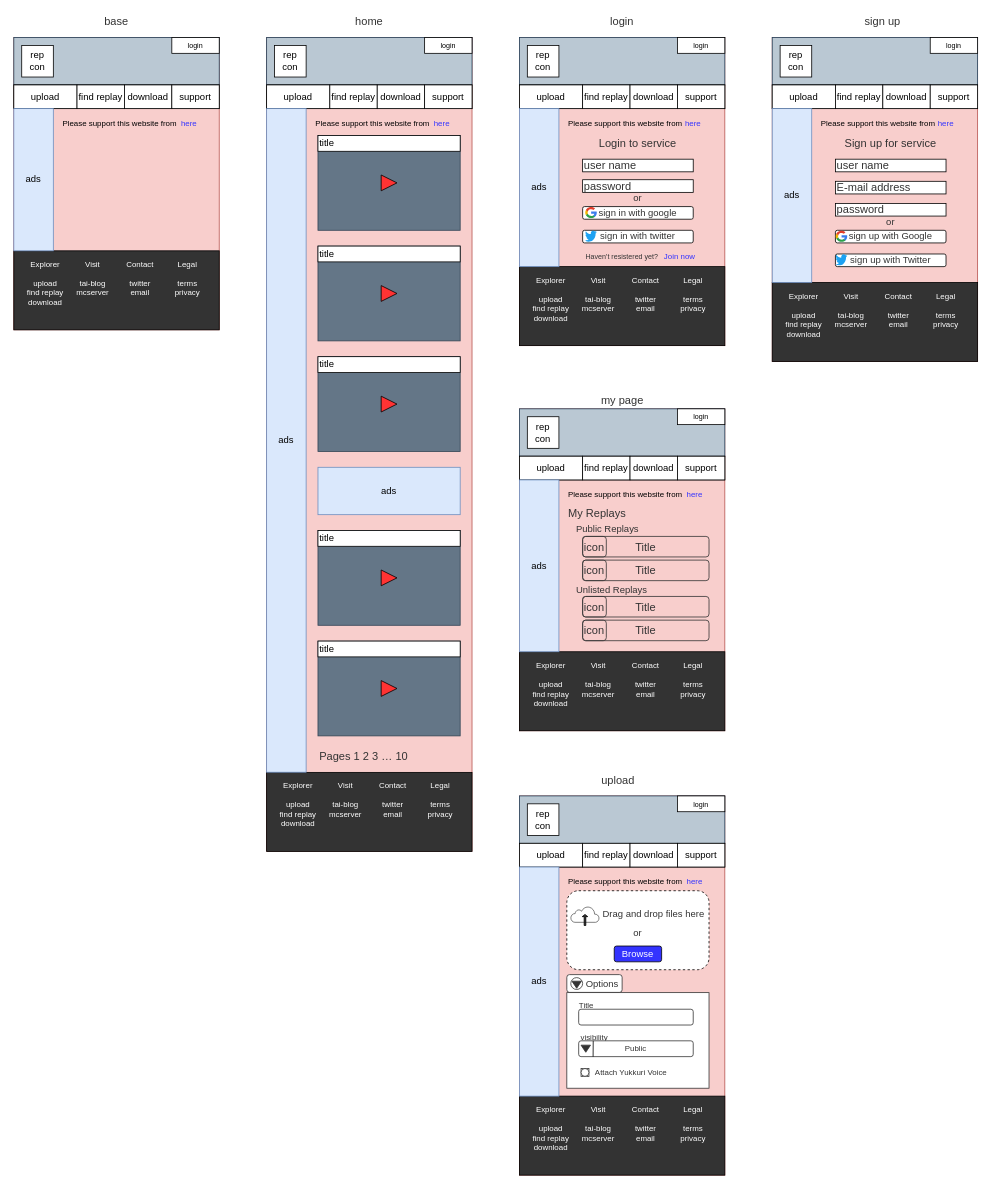
Before: page "Page-2" (2 of 3) of Untitled Diagram.drawio in tforce7171/replay_-to_video, a draw.io diagram. Source tidied: cells renumbered, new cells numbered last; positions are measured from the earlier drawing's top-left corner, leaving out a move shared by most shapes. Both pictures are drawn from the tidied source at 79%, with x=0, y=0 at pixel (13, 13).
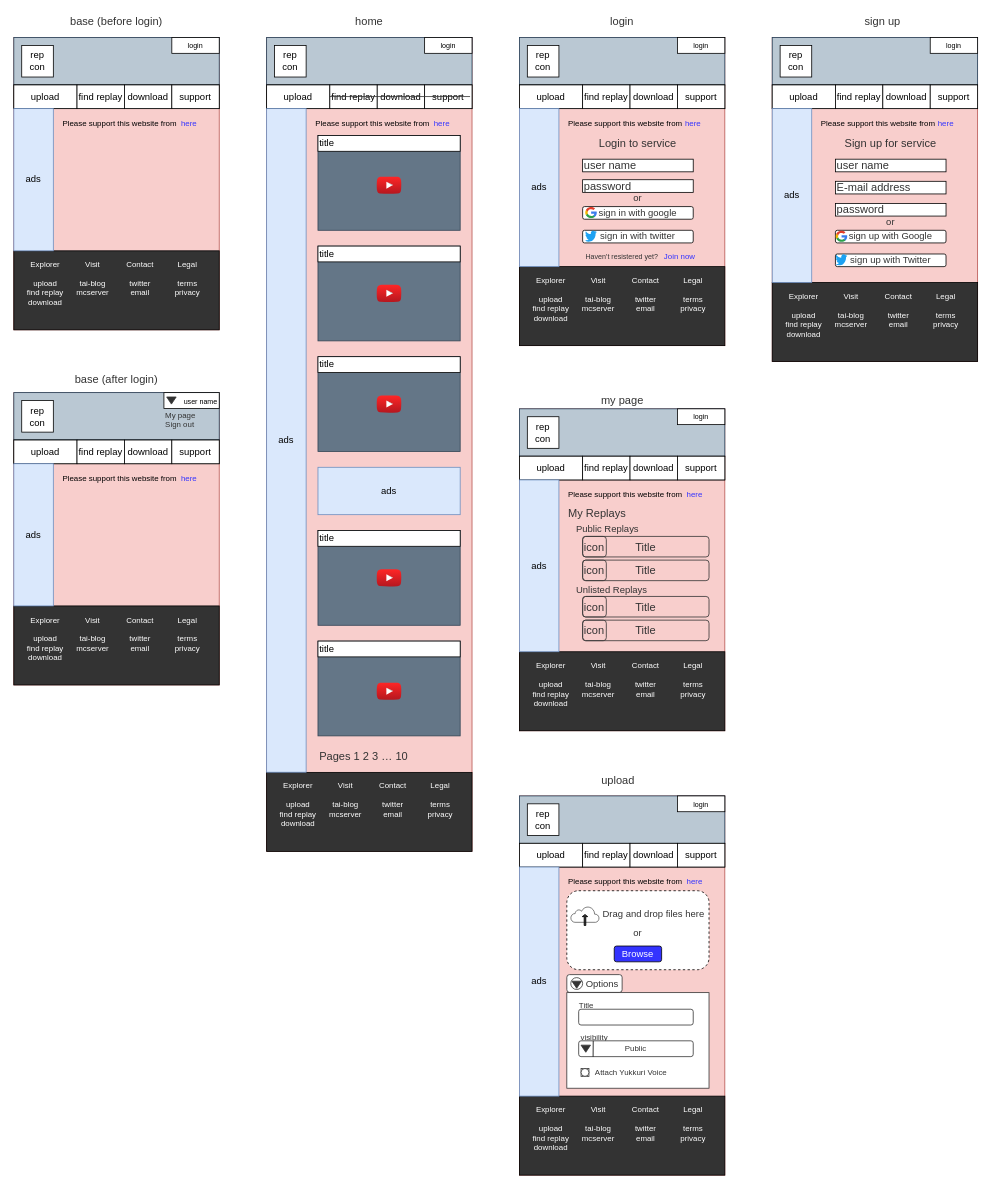
Above is the later version.

Change to the diagram source:
```diff
@@
-    <mxCell id="24" style="triangle;whiteSpace=wrap;html=1;fillColor=#FF3333;" parent="1" vertex="1">
-      <mxGeometry x="465" y="704" width="20" height="20" as="geometry" />
-    </mxCell>
-    <mxCell id="25" style="triangle;whiteSpace=wrap;html=1;fillColor=#FF3333;" parent="1" vertex="1">
-      <mxGeometry x="465" y="484" width="20" height="20" as="geometry" />
-    </mxCell>
-    <mxCell id="26" style="triangle;whiteSpace=wrap;html=1;fillColor=#FF3333;" parent="1" vertex="1">
-      <mxGeometry x="465" y="344" width="20" height="20" as="geometry" />
-    </mxCell>
-    <mxCell id="27" style="triangle;whiteSpace=wrap;html=1;fillColor=#FF3333;" parent="1" vertex="1">
-      <mxGeometry x="465" y="844" width="20" height="20" as="geometry" />
-    </mxCell>
-    <mxCell id="28" style="triangle;whiteSpace=wrap;html=1;fillColor=#FF3333;" parent="1" vertex="1">
-      <mxGeometry x="465" y="204" width="20" height="20" as="geometry" />
-    </mxCell>
@@
-    <mxCell id="53" value="base" style="text;html=1;strokeColor=none;fillColor=none;align=center;verticalAlign=middle;whiteSpace=wrap;rounded=0;fontSize=14;fontColor=#333333;" parent="1" vertex="1">
-      <mxGeometry x="110" width="40" height="20" as="geometry" />
+    <mxCell id="53" value="base (before login)" style="text;html=1;strokeColor=none;fillColor=none;align=center;verticalAlign=middle;whiteSpace=wrap;rounded=0;fontSize=14;fontColor=#333333;" parent="1" vertex="1">
+      <mxGeometry x="65" width="130" height="20" as="geometry" />
     </mxCell>
@@
+    <mxCell id="177" style="dashed=0;html=1;align=center;labelPosition=center;verticalLabelPosition=bottom;verticalAlign=top;shape=mxgraph.weblogos.youtube_2;fillColor=#FF2626;gradientColor=#B5171F;fontSize=14;fontColor=#333333;strokeColor=#333333;" parent="1" vertex="1">
+      <mxGeometry x="459.3" y="206" width="31.3" height="22" as="geometry" />
+    </mxCell>
+    <mxCell id="178" style="dashed=0;html=1;align=center;labelPosition=center;verticalLabelPosition=bottom;verticalAlign=top;shape=mxgraph.weblogos.youtube_2;fillColor=#FF2626;gradientColor=#B5171F;fontSize=14;fontColor=#333333;strokeColor=#333333;" parent="1" vertex="1">
+      <mxGeometry x="459.3" y="343" width="31.3" height="22" as="geometry" />
+    </mxCell>
+    <mxCell id="179" style="dashed=0;html=1;align=center;labelPosition=center;verticalLabelPosition=bottom;verticalAlign=top;shape=mxgraph.weblogos.youtube_2;fillColor=#FF2626;gradientColor=#B5171F;fontSize=14;fontColor=#333333;strokeColor=#333333;" parent="1" vertex="1">
+      <mxGeometry x="459.3" y="483" width="31.3" height="22" as="geometry" />
+    </mxCell>
+    <mxCell id="180" style="dashed=0;html=1;align=center;labelPosition=center;verticalLabelPosition=bottom;verticalAlign=top;shape=mxgraph.weblogos.youtube_2;fillColor=#FF2626;gradientColor=#B5171F;fontSize=14;fontColor=#333333;strokeColor=#333333;" parent="1" vertex="1">
+      <mxGeometry x="459.3" y="703" width="31.3" height="22" as="geometry" />
+    </mxCell>
+    <mxCell id="181" style="dashed=0;html=1;align=center;labelPosition=center;verticalLabelPosition=bottom;verticalAlign=top;shape=mxgraph.weblogos.youtube_2;fillColor=#FF2626;gradientColor=#B5171F;fontSize=14;fontColor=#333333;strokeColor=#333333;" parent="1" vertex="1">
+      <mxGeometry x="459.3" y="846.5" width="31.3" height="22" as="geometry" />
+    </mxCell>
+    <mxCell id="182" style="endArrow=none;html=1;fontSize=14;fontColor=#333333;strokeColor=#333333;" parent="1" edge="1">
+      <mxGeometry relative="1" as="geometry">
+        <mxPoint x="400" y="104.7" as="sourcePoint" />
+        <mxPoint x="577.5" y="104.7" as="targetPoint" />
+      </mxGeometry>
+    </mxCell>
+    <mxCell id="183" style="rounded=0;whiteSpace=wrap;html=1;fillColor=#f8cecc;strokeColor=#b85450;" parent="1" vertex="1">
+      <mxGeometry y="479.5" width="260" height="370" as="geometry" />
+    </mxCell>
+    <mxCell id="184" style="rounded=0;whiteSpace=wrap;html=1;fillColor=#bac8d3;strokeColor=#23445d;" parent="1" vertex="1">
+      <mxGeometry y="479.5" width="260" height="60" as="geometry" />
+    </mxCell>
+    <mxCell id="185" value="&lt;font style=&quot;font-size: 9px&quot;&gt;user name&lt;/font&gt;" style="rounded=0;whiteSpace=wrap;html=1;align=right;" parent="1" vertex="1">
+      <mxGeometry x="190" y="479.5" width="70" height="20" as="geometry" />
+    </mxCell>
+    <mxCell id="186" value="rep&lt;br&gt;con" style="whiteSpace=wrap;html=1;" parent="1" vertex="1">
+      <mxGeometry x="10" y="489.5" width="40" height="40" as="geometry" />
+    </mxCell>
+    <mxCell id="187" style="rounded=0;whiteSpace=wrap;html=1;" parent="1" vertex="1">
+      <mxGeometry y="539.5" width="260" height="30" as="geometry" />
+    </mxCell>
+    <mxCell id="188" value="upload" style="rounded=0;whiteSpace=wrap;html=1;" parent="1" vertex="1">
+      <mxGeometry y="539.5" width="80" height="30" as="geometry" />
+    </mxCell>
+    <mxCell id="189" value="find replay" style="rounded=0;whiteSpace=wrap;html=1;" parent="1" vertex="1">
+      <mxGeometry x="80" y="539.5" width="60" height="30" as="geometry" />
+    </mxCell>
+    <mxCell id="190" value="download" style="rounded=0;whiteSpace=wrap;html=1;" parent="1" vertex="1">
+      <mxGeometry x="140" y="539.5" width="60" height="30" as="geometry" />
+    </mxCell>
+    <mxCell id="191" value="support" style="rounded=0;whiteSpace=wrap;html=1;" parent="1" vertex="1">
+      <mxGeometry x="200" y="539.5" width="60" height="30" as="geometry" />
+    </mxCell>
+    <mxCell id="192" style="rounded=0;whiteSpace=wrap;html=1;fillColor=#333333;" parent="1" vertex="1">
+      <mxGeometry y="749.5" width="260" height="100" as="geometry" />
+    </mxCell>
+    <mxCell id="193" value="ads" style="rounded=0;whiteSpace=wrap;html=1;fillColor=#dae8fc;strokeColor=#6c8ebf;" parent="1" vertex="1">
+      <mxGeometry y="569.5" width="50" height="180" as="geometry" />
+    </mxCell>
+    <mxCell id="194" value="Please support this website from" style="text;html=1;strokeColor=none;fillColor=none;align=left;verticalAlign=middle;whiteSpace=wrap;rounded=0;fontSize=10;" parent="1" vertex="1">
+      <mxGeometry x="60" y="577.5" width="150" height="20" as="geometry" />
+    </mxCell>
+    <mxCell id="195" value="here" style="text;html=1;strokeColor=none;fillColor=none;align=left;verticalAlign=middle;whiteSpace=wrap;rounded=0;fontSize=10;fontColor=#3333FF;" parent="1" vertex="1">
+      <mxGeometry x="210" y="577.5" width="30" height="20" as="geometry" />
+    </mxCell>
+    <mxCell id="196" value="Legal&lt;br&gt;&lt;br&gt;terms&lt;br&gt;privacy" style="text;html=1;strokeColor=none;fillColor=none;align=center;verticalAlign=middle;whiteSpace=wrap;rounded=0;fontSize=10;fontColor=#FFFFFF;" parent="1" vertex="1">
+      <mxGeometry x="200" y="759.5" width="40" height="50" as="geometry" />
+    </mxCell>
+    <mxCell id="197" value="Contact&lt;br&gt;&lt;br&gt;twitter&lt;br&gt;email" style="text;html=1;strokeColor=none;fillColor=none;align=center;verticalAlign=middle;whiteSpace=wrap;rounded=0;fontSize=10;fontColor=#FFFFFF;" parent="1" vertex="1">
+      <mxGeometry x="140" y="759.5" width="40" height="50" as="geometry" />
+    </mxCell>
+    <mxCell id="198" value="Visit&lt;br&gt;&lt;br&gt;tai-blog&lt;br&gt;mcserver" style="text;html=1;strokeColor=none;fillColor=none;align=center;verticalAlign=middle;whiteSpace=wrap;rounded=0;fontSize=10;fontColor=#FFFFFF;" parent="1" vertex="1">
+      <mxGeometry x="80" y="762" width="40" height="45" as="geometry" />
+    </mxCell>
+    <mxCell id="199" value="Explorer&lt;br&gt;&lt;br&gt;upload&lt;br&gt;find replay&lt;br&gt;download" style="text;html=1;strokeColor=none;fillColor=none;align=center;verticalAlign=middle;whiteSpace=wrap;rounded=0;fontSize=10;fontColor=#FFFFFF;" parent="1" vertex="1">
+      <mxGeometry x="15" y="759.5" width="50" height="62.5" as="geometry" />
+    </mxCell>
+    <mxCell id="200" value="base (after login)" style="text;html=1;strokeColor=none;fillColor=none;align=center;verticalAlign=middle;whiteSpace=wrap;rounded=0;fontSize=14;fontColor=#333333;" parent="1" vertex="1">
+      <mxGeometry x="65" y="453" width="130" height="20" as="geometry" />
+    </mxCell>
+    <mxCell id="201" style="triangle;whiteSpace=wrap;html=1;fontSize=12;fontColor=#FFFFFF;strokeColor=#333333;align=center;rotation=90;fillColor=#333333;" parent="1" vertex="1">
+      <mxGeometry x="195" y="483.5" width="9" height="12" as="geometry" />
+    </mxCell>
+    <mxCell id="202" value="My page" style="text;html=1;strokeColor=none;fillColor=none;align=left;verticalAlign=middle;whiteSpace=wrap;rounded=0;glass=0;fontSize=10;fontColor=#333333;" parent="1" vertex="1">
+      <mxGeometry x="190" y="498" width="70" height="20" as="geometry" />
+    </mxCell>
+    <mxCell id="203" value="Sign out" style="text;html=1;strokeColor=none;fillColor=none;align=left;verticalAlign=middle;whiteSpace=wrap;rounded=0;glass=0;fontSize=10;fontColor=#333333;" parent="1" vertex="1">
+      <mxGeometry x="190" y="509.5" width="70" height="20" as="geometry" />
+    </mxCell>
```
